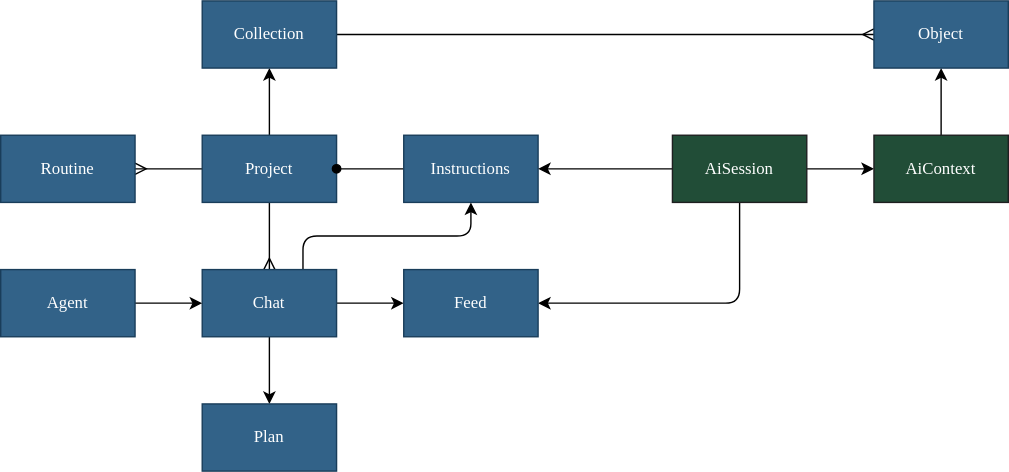
dxos/dxos keeps this draw.io diagram as packages/core/compute/assistant/docs/project.drawio.svg. Above is the earlier version. Source tidied: cells renumbered, new cells last; positions are measured from the earlier drawing's top-left corner, leaving out a move shared by most shapes.
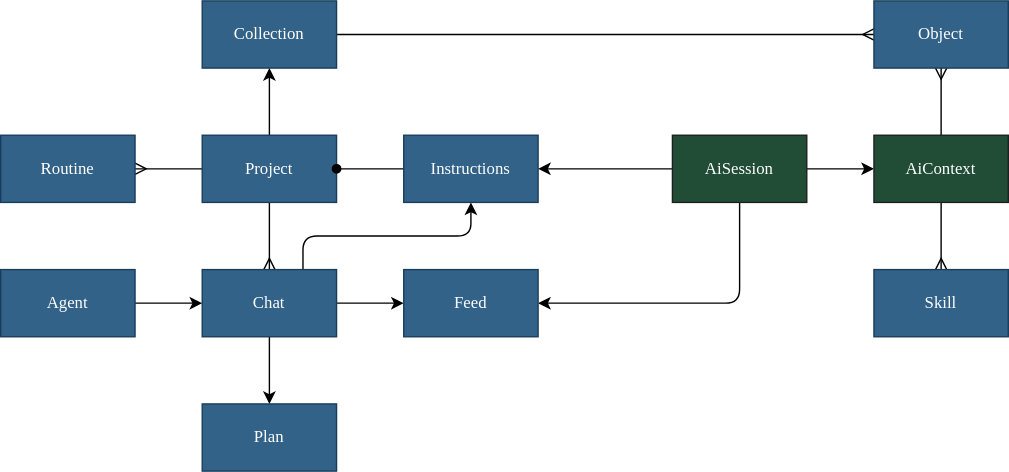
Above is the later version.

The edit, as a diff of the source:
```diff
@@ -62,7 +62,10 @@
     <mxCell id="18" value="AiSession" style="rounded=0;whiteSpace=wrap;html=1;fillColor=#214D37;fontColor=#FFFFFF;strokeColor=#1E1F20;fontFamily=Space Grotesk;" parent="1" vertex="1">
       <mxGeometry x="480" y="96" width="96" height="48" as="geometry" />
     </mxCell>
+    <mxCell id="26" style="edgeStyle=none;html=1;exitX=0.5;exitY=1;exitDx=0;exitDy=0;fontFamily=Space Grotesk;startArrow=none;startFill=0;endArrow=ERmany;endFill=0;" parent="1" edge="1" source="20" target="27">
+      <mxGeometry relative="1" as="geometry" />
+    </mxCell>
-    <mxCell id="19" style="edgeStyle=none;html=1;exitX=0.5;exitY=0;exitDx=0;exitDy=0;fontFamily=Space Grotesk;startArrow=none;startFill=0;endArrow=classic;endFill=1;" parent="1" edge="1" source="20" target="25">
+    <mxCell id="19" style="edgeStyle=none;html=1;exitX=0.5;exitY=0;exitDx=0;exitDy=0;fontFamily=Space Grotesk;startArrow=none;startFill=0;endArrow=ERmany;endFill=0;" parent="1" edge="1" source="20" target="25">
       <mxGeometry relative="1" as="geometry" />
     </mxCell>
     <mxCell id="20" value="AiContext" style="rounded=0;whiteSpace=wrap;html=1;fillColor=#214D37;fontColor=#FFFFFF;strokeColor=#1E1F20;fontFamily=Space Grotesk;" parent="1" vertex="1">
@@ -83,5 +86,8 @@
     <mxCell id="25" value="Object" style="rounded=0;whiteSpace=wrap;html=1;fillColor=#326288;fontColor=#FFFFFF;strokeColor=#193D5A;fontFamily=Space Grotesk;" parent="1" vertex="1">
       <mxGeometry x="624" width="96" height="48" as="geometry" />
     </mxCell>
+    <mxCell id="27" value="Skill" style="rounded=0;whiteSpace=wrap;html=1;fillColor=#326288;fontColor=#FFFFFF;strokeColor=#193D5A;fontFamily=Space Grotesk;" parent="1" vertex="1">
+      <mxGeometry x="624" y="192" width="96" height="48" as="geometry" />
+    </mxCell>
   </root>
 </mxGraphModel>
```
